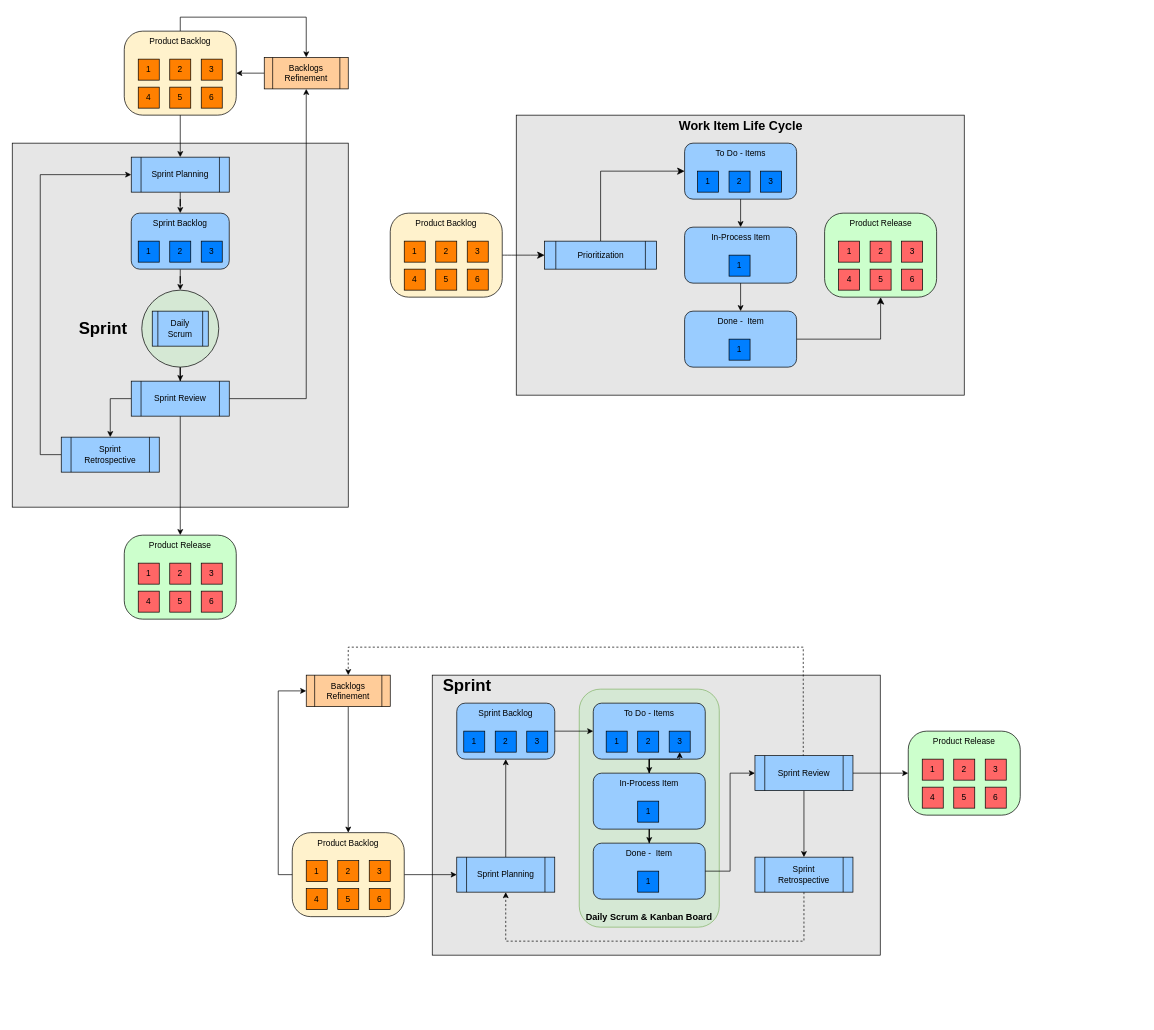
Before: resources/Agile-Flow.drawio in SimonFurtm/hiketours, a draw.io diagram. Source tidied: cells renumbered, new cells numbered last; positions are measured from the earlier drawing's top-left corner, leaving out a move shared by most shapes. Both pictures are drawn from the tidied source at 70%, with x=0, y=0 at pixel (12, 17).
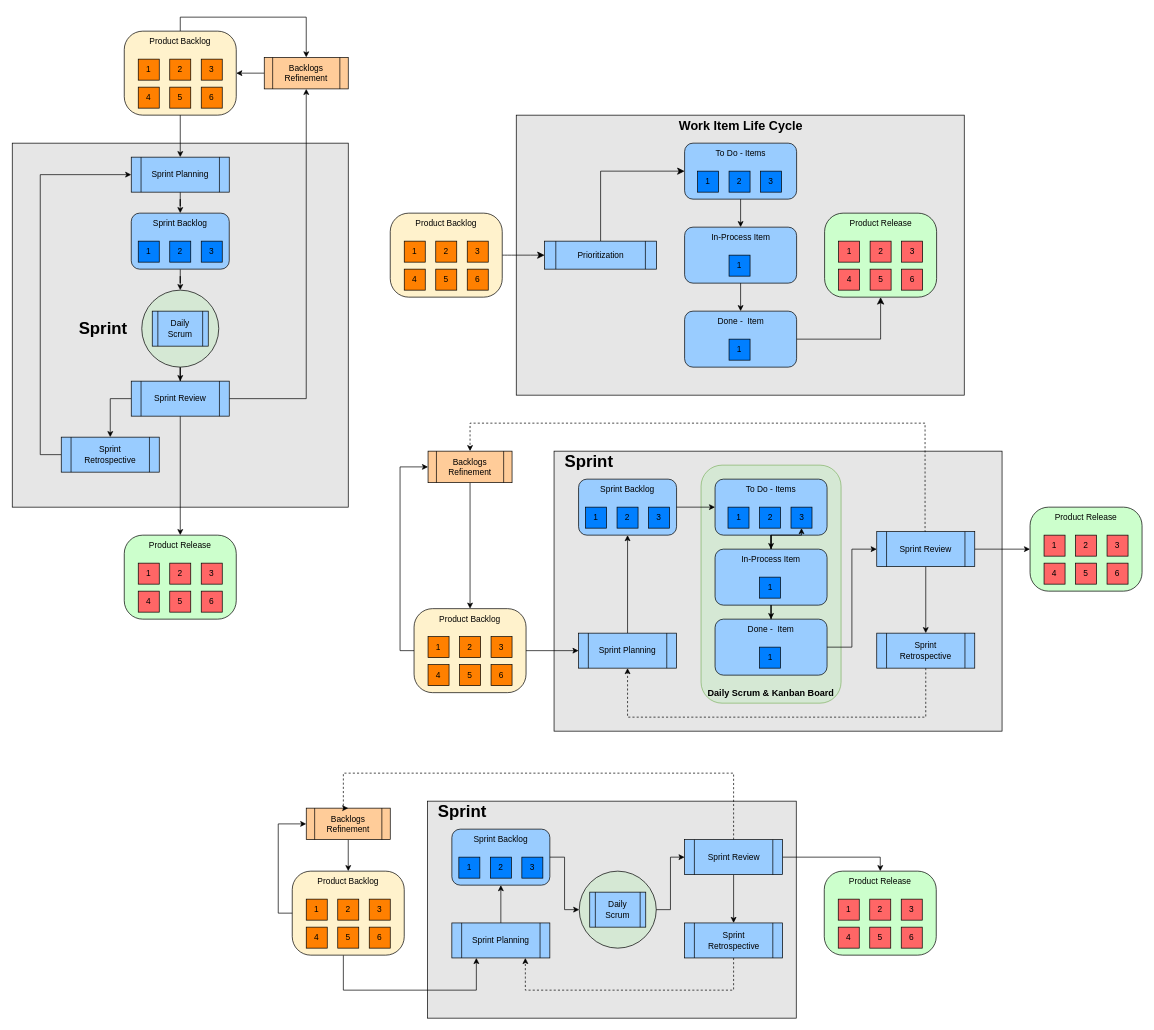
The same page after the edit.

Change to the diagram source:
```diff
@@
-    <mxCell id="20" style="ellipse;whiteSpace=wrap;html=1;fillColor=#D5E8D4;" parent="1" vertex="1">
-      <mxGeometry x="185" y="390" width="110" height="110" as="geometry" />
-    </mxCell>
@@
-    <mxCell id="25" value="Daily&lt;br&gt;Scrum" style="shape=process;whiteSpace=wrap;html=1;backgroundOutline=1;fillColor=#99CCFF;" parent="1" vertex="1">
-      <mxGeometry x="200" y="420" width="80" height="50" as="geometry" />
-    </mxCell>
@@
     <mxCell id="64" value="Backlogs Refinement" style="shape=process;whiteSpace=wrap;html=1;backgroundOutline=1;fillColor=#FFCC99;" parent="1" vertex="1">
-      <mxGeometry x="420" y="940" width="120" height="45" as="geometry" />
+      <mxGeometry x="594" y="620" width="120" height="45" as="geometry" />
     </mxCell>
     <mxCell id="65" style="rounded=0;whiteSpace=wrap;html=1;fillColor=#E6E6E6;" parent="1" vertex="1">
-      <mxGeometry x="600" y="940" width="640" height="400" as="geometry" />
+      <mxGeometry x="774" y="620" width="640" height="400" as="geometry" />
     </mxCell>
@@
     <mxCell id="67" value="Sprint Planning" style="shape=process;whiteSpace=wrap;html=1;backgroundOutline=1;fillColor=#99CCFF;" parent="1" vertex="1">
-      <mxGeometry x="635" y="1200" width="140" height="50" as="geometry" />
+      <mxGeometry x="809" y="880" width="140" height="50" as="geometry" />
     </mxCell>
@@
     <mxCell id="69" style="edgeStyle=orthogonalEdgeStyle;rounded=0;jettySize=auto;html=1;entryX=0.5;entryY=0;entryDx=0;entryDy=0;dashed=1;exitX=0.5;exitY=0;exitDx=0;exitDy=0;" parent="1" edge="1" source="72" target="64">
       <mxGeometry relative="1" as="geometry">
         <Array as="points">
-          <mxPoint x="1130" y="900" />
-          <mxPoint x="480" y="900" />
+          <mxPoint x="1304" y="580" />
+          <mxPoint x="654" y="580" />
         </Array>
       </mxGeometry>
     </mxCell>
@@
     <mxCell id="72" value="Sprint Review" style="shape=process;whiteSpace=wrap;html=1;backgroundOutline=1;fillColor=#99CCFF;" parent="1" vertex="1">
-      <mxGeometry x="1061" y="1055" width="140" height="50" as="geometry" />
+      <mxGeometry x="1235" y="735" width="140" height="50" as="geometry" />
     </mxCell>
     <mxCell id="73" value="&lt;font style=&quot;font-size: 24px;&quot;&gt;&lt;b&gt;Sprint&lt;/b&gt;&lt;/font&gt;" style="text;html=1;strokeColor=none;fillColor=none;align=center;verticalAlign=middle;whiteSpace=wrap;rounded=0;" parent="1" vertex="1">
-      <mxGeometry x="620" y="940" width="60" height="30" as="geometry" />
+      <mxGeometry x="794" y="620" width="60" height="30" as="geometry" />
     </mxCell>
     <mxCell id="74" style="edgeStyle=orthogonalEdgeStyle;rounded=0;jettySize=auto;html=1;entryX=0.5;entryY=1;entryDx=0;entryDy=0;exitX=0.5;exitY=1;exitDx=0;exitDy=0;dashed=1;" parent="1" edge="1" source="75" target="67">
       <mxGeometry relative="1" as="geometry">
         <Array as="points">
-          <mxPoint x="1131" y="1320" />
-          <mxPoint x="705" y="1320" />
+          <mxPoint x="1305" y="1000" />
+          <mxPoint x="879" y="1000" />
         </Array>
       </mxGeometry>
     </mxCell>
     <mxCell id="75" value="Sprint &lt;br&gt;Retrospective" style="shape=process;whiteSpace=wrap;html=1;backgroundOutline=1;fillColor=#99CCFF;" parent="1" vertex="1">
-      <mxGeometry x="1061" y="1200" width="140" height="50" as="geometry" />
+      <mxGeometry x="1235" y="880" width="140" height="50" as="geometry" />
     </mxCell>
     <mxCell id="76" style="group;" parent="1" vertex="1">
-      <mxGeometry x="1280" y="1020" width="160" height="120" as="geometry" />
+      <mxGeometry x="1454" y="700" width="160" height="120" as="geometry" />
     </mxCell>
@@
     <mxCell id="85" style="group;" parent="1" vertex="1">
-      <mxGeometry x="400" y="1165" width="160" height="120" as="geometry" />
+      <mxGeometry x="574" y="845" width="160" height="120" as="geometry" />
     </mxCell>
@@
     <mxCell id="94" style="group;" parent="1" vertex="1">
-      <mxGeometry x="635" y="980" width="140" height="80" as="geometry" />
+      <mxGeometry x="809" y="660" width="140" height="80" as="geometry" />
     </mxCell>
@@
     <mxCell id="115" style="rounded=1;whiteSpace=wrap;html=1;fillColor=#d5e8d4;strokeColor=#82b366;" parent="1" vertex="1">
-      <mxGeometry x="810" y="960" width="200" height="340" as="geometry" />
+      <mxGeometry x="984" y="640" width="200" height="340" as="geometry" />
     </mxCell>
     <mxCell id="116" style="group;" parent="1" vertex="1">
-      <mxGeometry x="830" y="980" width="180" height="290" as="geometry" />
+      <mxGeometry x="1004" y="660" width="180" height="290" as="geometry" />
     </mxCell>
@@
     <mxCell id="132" value="&lt;b&gt;&lt;font style=&quot;font-size: 13px;&quot;&gt;Daily Scrum &amp;amp; Kanban Board&lt;/font&gt;&lt;/b&gt;" style="text;html=1;strokeColor=none;fillColor=none;align=center;verticalAlign=middle;whiteSpace=wrap;rounded=0;" parent="1" vertex="1">
-      <mxGeometry x="815" y="1270" width="190" height="30" as="geometry" />
+      <mxGeometry x="989" y="950" width="190" height="30" as="geometry" />
     </mxCell>
@@
+    <mxCell id="135" style="edgeStyle=orthogonalEdgeStyle;rounded=0;jettySize=auto;html=1;entryX=0.5;entryY=0;entryDx=0;entryDy=0;" parent="1" edge="1" source="136" target="159">
+      <mxGeometry relative="1" as="geometry" />
+    </mxCell>
+    <mxCell id="136" value="Backlogs Refinement" style="shape=process;whiteSpace=wrap;html=1;backgroundOutline=1;fillColor=#FFCC99;" parent="1" vertex="1">
+      <mxGeometry x="420" y="1130" width="120" height="45" as="geometry" />
+    </mxCell>
+    <mxCell id="137" style="rounded=0;whiteSpace=wrap;html=1;fillColor=#E6E6E6;" parent="1" vertex="1">
+      <mxGeometry x="593" y="1120" width="527" height="310" as="geometry" />
+    </mxCell>
+    <mxCell id="138" style="edgeStyle=orthogonalEdgeStyle;rounded=0;jettySize=auto;html=1;entryX=0.5;entryY=1;entryDx=0;entryDy=0;" parent="1" edge="1" source="139" target="167">
+      <mxGeometry relative="1" as="geometry" />
+    </mxCell>
+    <mxCell id="139" value="Sprint Planning" style="shape=process;whiteSpace=wrap;html=1;backgroundOutline=1;fillColor=#99CCFF;" parent="1" vertex="1">
+      <mxGeometry x="628" y="1294" width="140" height="50" as="geometry" />
+    </mxCell>
+    <mxCell id="140" style="edgeStyle=orthogonalEdgeStyle;rounded=0;jettySize=auto;html=1;entryX=0.25;entryY=1;entryDx=0;entryDy=0;" parent="1" edge="1" source="158" target="139">
+      <mxGeometry relative="1" as="geometry">
+        <Array as="points">
+          <mxPoint x="473" y="1390" />
+          <mxPoint x="663" y="1390" />
+        </Array>
+      </mxGeometry>
+    </mxCell>
+    <mxCell id="141" style="edgeStyle=orthogonalEdgeStyle;rounded=0;jettySize=auto;html=1;entryX=0.5;entryY=0;entryDx=0;entryDy=0;dashed=1;exitX=0.5;exitY=0;exitDx=0;exitDy=0;" parent="1" edge="1" source="144" target="136">
+      <mxGeometry relative="1" as="geometry">
+        <Array as="points">
+          <mxPoint x="1031" y="1080" />
+          <mxPoint x="473" y="1080" />
+        </Array>
+      </mxGeometry>
+    </mxCell>
+    <mxCell id="142" style="edgeStyle=orthogonalEdgeStyle;rounded=0;jettySize=auto;html=1;entryX=0.5;entryY=0;entryDx=0;entryDy=0;exitX=0.5;exitY=1;exitDx=0;exitDy=0;" parent="1" edge="1" source="144" target="147">
+      <mxGeometry relative="1" as="geometry" />
+    </mxCell>
+    <mxCell id="143" style="edgeStyle=orthogonalEdgeStyle;rounded=0;jettySize=auto;html=1;entryX=0.5;entryY=0;entryDx=0;entryDy=0;" parent="1" edge="1" source="144" target="149">
+      <mxGeometry relative="1" as="geometry">
+        <Array as="points">
+          <mxPoint x="1240" y="1200" />
+        </Array>
+      </mxGeometry>
+    </mxCell>
+    <mxCell id="144" value="Sprint Review" style="shape=process;whiteSpace=wrap;html=1;backgroundOutline=1;fillColor=#99CCFF;" parent="1" vertex="1">
+      <mxGeometry x="960.5" y="1175" width="140" height="50" as="geometry" />
+    </mxCell>
+    <mxCell id="145" value="&lt;font style=&quot;font-size: 24px;&quot;&gt;&lt;b&gt;Sprint&lt;/b&gt;&lt;/font&gt;" style="text;html=1;strokeColor=none;fillColor=none;align=center;verticalAlign=middle;whiteSpace=wrap;rounded=0;" parent="1" vertex="1">
+      <mxGeometry x="613" y="1120" width="60" height="30" as="geometry" />
+    </mxCell>
+    <mxCell id="146" style="edgeStyle=orthogonalEdgeStyle;rounded=0;jettySize=auto;html=1;entryX=0.75;entryY=1;entryDx=0;entryDy=0;exitX=0.5;exitY=1;exitDx=0;exitDy=0;dashed=1;" parent="1" edge="1" source="147" target="139">
+      <mxGeometry relative="1" as="geometry">
+        <Array as="points">
+          <mxPoint x="1031" y="1390" />
+          <mxPoint x="733" y="1390" />
+        </Array>
+      </mxGeometry>
+    </mxCell>
+    <mxCell id="147" value="Sprint &lt;br&gt;Retrospective" style="shape=process;whiteSpace=wrap;html=1;backgroundOutline=1;fillColor=#99CCFF;" parent="1" vertex="1">
+      <mxGeometry x="960.5" y="1294" width="140" height="50" as="geometry" />
+    </mxCell>
+    <mxCell id="148" style="group;" parent="1" vertex="1">
+      <mxGeometry x="1160" y="1220" width="160" height="120" as="geometry" />
+    </mxCell>
+    <mxCell id="149" style="rounded=1;whiteSpace=wrap;html=1;arcSize=22;fillColor=#CCFFCC;" parent="148" vertex="1">
+      <mxGeometry width="160" height="120" as="geometry" />
+    </mxCell>
+    <mxCell id="150" value="Product Release" style="text;html=1;strokeColor=none;fillColor=none;align=center;verticalAlign=middle;whiteSpace=wrap;rounded=0;" parent="148" vertex="1">
+      <mxGeometry width="160" height="30" as="geometry" />
+    </mxCell>
+    <mxCell id="151" value="1" style="rounded=0;whiteSpace=wrap;html=1;fillColor=#FF6666;" parent="148" vertex="1">
+      <mxGeometry x="20" y="40" width="30" height="30" as="geometry" />
+    </mxCell>
+    <mxCell id="152" value="4" style="rounded=0;whiteSpace=wrap;html=1;fillColor=#FF6666;" parent="148" vertex="1">
+      <mxGeometry x="20" y="80" width="30" height="30" as="geometry" />
+    </mxCell>
+    <mxCell id="153" value="2" style="rounded=0;whiteSpace=wrap;html=1;fillColor=#FF6666;" parent="148" vertex="1">
+      <mxGeometry x="65" y="40" width="30" height="30" as="geometry" />
+    </mxCell>
+    <mxCell id="154" value="3" style="rounded=0;whiteSpace=wrap;html=1;fillColor=#FF6666;" parent="148" vertex="1">
+      <mxGeometry x="110" y="40" width="30" height="30" as="geometry" />
+    </mxCell>
+    <mxCell id="155" value="5" style="rounded=0;whiteSpace=wrap;html=1;fillColor=#FF6666;" parent="148" vertex="1">
+      <mxGeometry x="65" y="80" width="30" height="30" as="geometry" />
+    </mxCell>
+    <mxCell id="156" value="6" style="rounded=0;whiteSpace=wrap;html=1;fillColor=#FF6666;" parent="148" vertex="1">
+      <mxGeometry x="110" y="80" width="30" height="30" as="geometry" />
+    </mxCell>
+    <mxCell id="157" style="group;" parent="1" vertex="1">
+      <mxGeometry x="400" y="1220" width="160" height="120" as="geometry" />
+    </mxCell>
+    <mxCell id="158" style="rounded=1;whiteSpace=wrap;html=1;arcSize=22;fillColor=#FFF2CC;" parent="157" vertex="1">
+      <mxGeometry width="160" height="120" as="geometry" />
+    </mxCell>
+    <mxCell id="159" value="Product Backlog" style="text;html=1;strokeColor=none;fillColor=none;align=center;verticalAlign=middle;whiteSpace=wrap;rounded=0;" parent="157" vertex="1">
+      <mxGeometry width="160" height="30" as="geometry" />
+    </mxCell>
+    <mxCell id="160" value="1" style="rounded=0;whiteSpace=wrap;html=1;fillColor=#FF8000;" parent="157" vertex="1">
+      <mxGeometry x="20" y="40" width="30" height="30" as="geometry" />
+    </mxCell>
+    <mxCell id="161" value="4" style="rounded=0;whiteSpace=wrap;html=1;fillColor=#FF8000;" parent="157" vertex="1">
+      <mxGeometry x="20" y="80" width="30" height="30" as="geometry" />
+    </mxCell>
+    <mxCell id="162" value="2" style="rounded=0;whiteSpace=wrap;html=1;fillColor=#FF8000;" parent="157" vertex="1">
+      <mxGeometry x="65" y="40" width="30" height="30" as="geometry" />
+    </mxCell>
+    <mxCell id="163" value="3" style="rounded=0;whiteSpace=wrap;html=1;fillColor=#FF8000;" parent="157" vertex="1">
+      <mxGeometry x="110" y="40" width="30" height="30" as="geometry" />
+    </mxCell>
+    <mxCell id="164" value="5" style="rounded=0;whiteSpace=wrap;html=1;fillColor=#FF8000;" parent="157" vertex="1">
+      <mxGeometry x="65" y="80" width="30" height="30" as="geometry" />
+    </mxCell>
+    <mxCell id="165" value="6" style="rounded=0;whiteSpace=wrap;html=1;fillColor=#FF8000;" parent="157" vertex="1">
+      <mxGeometry x="110" y="80" width="30" height="30" as="geometry" />
+    </mxCell>
+    <mxCell id="166" style="group;" parent="1" vertex="1">
+      <mxGeometry x="628" y="1160" width="140" height="80" as="geometry" />
+    </mxCell>
+    <mxCell id="167" style="rounded=1;whiteSpace=wrap;html=1;fillColor=#99CCFF;" parent="166" vertex="1">
+      <mxGeometry width="140" height="80" as="geometry" />
+    </mxCell>
+    <mxCell id="168" value="Sprint Backlog" style="text;html=1;strokeColor=none;fillColor=none;align=center;verticalAlign=middle;whiteSpace=wrap;rounded=0;" parent="166" vertex="1">
+      <mxGeometry width="140" height="30" as="geometry" />
+    </mxCell>
+    <mxCell id="169" value="1" style="rounded=0;whiteSpace=wrap;html=1;fillColor=#007FFF;" parent="166" vertex="1">
+      <mxGeometry x="10" y="40" width="30" height="30" as="geometry" />
+    </mxCell>
+    <mxCell id="170" value="2" style="rounded=0;whiteSpace=wrap;html=1;fillColor=#007FFF;" parent="166" vertex="1">
+      <mxGeometry x="55" y="40" width="30" height="30" as="geometry" />
+    </mxCell>
+    <mxCell id="171" value="3" style="rounded=0;whiteSpace=wrap;html=1;fillColor=#007FFF;" parent="166" vertex="1">
+      <mxGeometry x="100" y="40" width="30" height="30" as="geometry" />
+    </mxCell>
+    <mxCell id="172" style="edgeStyle=orthogonalEdgeStyle;rounded=0;jettySize=auto;html=1;entryX=0;entryY=0.5;entryDx=0;entryDy=0;exitX=0;exitY=0.5;exitDx=0;exitDy=0;" parent="1" edge="1" source="158" target="136">
+      <mxGeometry relative="1" as="geometry" />
+    </mxCell>
+    <mxCell id="173" style="group;" parent="1" vertex="1">
+      <mxGeometry x="185" y="390" width="110" height="110" as="geometry" />
+    </mxCell>
+    <mxCell id="20" style="ellipse;whiteSpace=wrap;html=1;fillColor=#D5E8D4;" parent="173" vertex="1">
+      <mxGeometry width="110" height="110" as="geometry" />
+    </mxCell>
+    <mxCell id="25" value="Daily&lt;br&gt;Scrum" style="shape=process;whiteSpace=wrap;html=1;backgroundOutline=1;fillColor=#99CCFF;" parent="173" vertex="1">
+      <mxGeometry x="15" y="30" width="80" height="50" as="geometry" />
+    </mxCell>
+    <mxCell id="174" style="group;" parent="1" vertex="1">
+      <mxGeometry x="810" y="1220" width="110" height="110" as="geometry" />
+    </mxCell>
+    <mxCell id="175" style="ellipse;whiteSpace=wrap;html=1;fillColor=#D5E8D4;" parent="174" vertex="1">
+      <mxGeometry width="110" height="110" as="geometry" />
+    </mxCell>
+    <mxCell id="176" value="Daily&lt;br&gt;Scrum" style="shape=process;whiteSpace=wrap;html=1;backgroundOutline=1;fillColor=#99CCFF;" parent="174" vertex="1">
+      <mxGeometry x="15" y="30" width="80" height="50" as="geometry" />
+    </mxCell>
+    <mxCell id="177" style="edgeStyle=orthogonalEdgeStyle;rounded=0;jettySize=auto;html=1;entryX=0;entryY=0.5;entryDx=0;entryDy=0;" parent="1" edge="1" source="167" target="175">
+      <mxGeometry relative="1" as="geometry" />
+    </mxCell>
+    <mxCell id="178" style="edgeStyle=orthogonalEdgeStyle;rounded=0;jettySize=auto;html=1;entryX=0;entryY=0.5;entryDx=0;entryDy=0;" parent="1" edge="1" source="175" target="144">
+      <mxGeometry relative="1" as="geometry" />
+    </mxCell>
```
